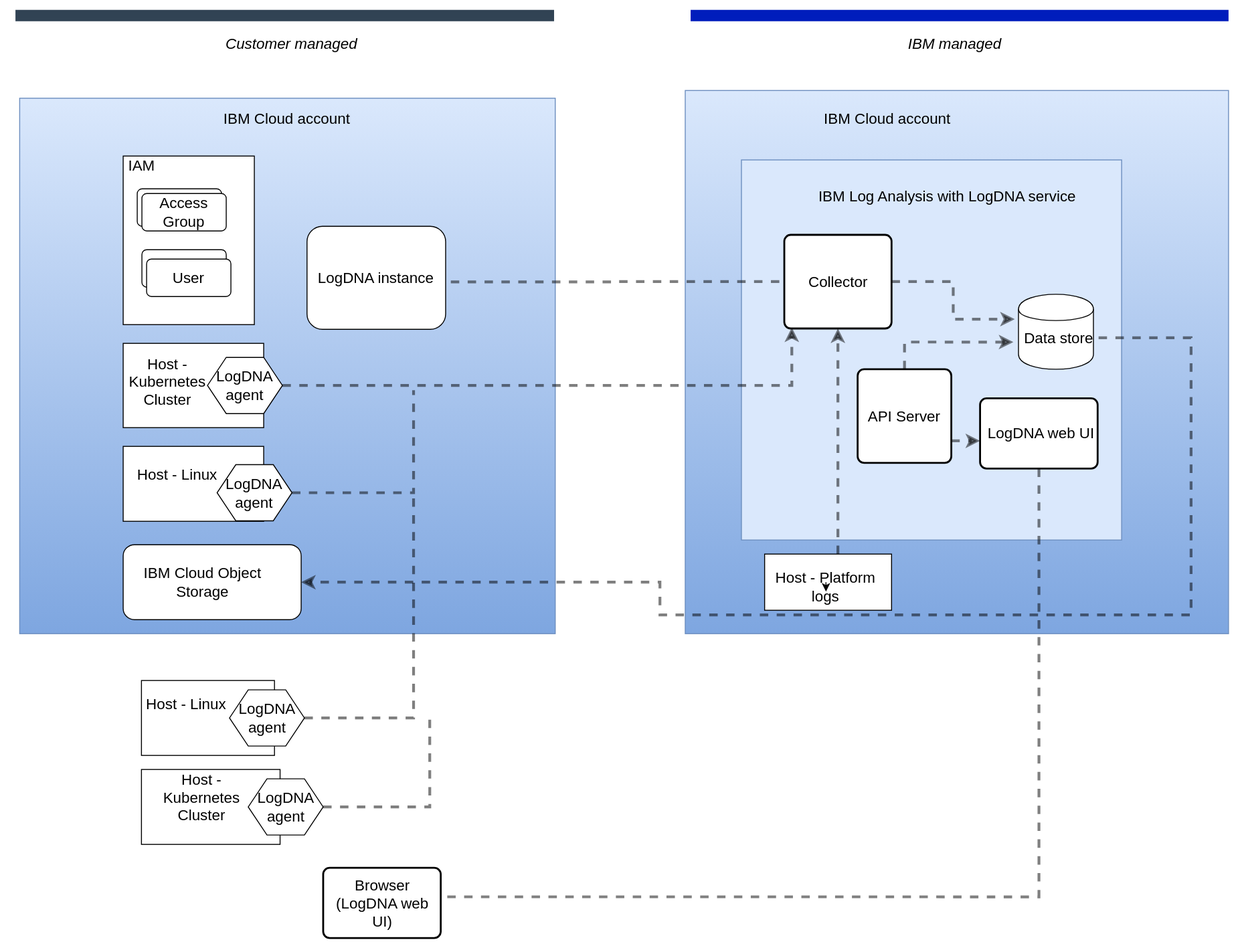
Before: images/Logging-arch.svg, a diagram exported from draw.io (ibm-cloud-docs/log-analysis). Source tidied: cells renumbered, new cells last; positions are measured from the earlier drawing's top-left corner, leaving out a move shared by most shapes.
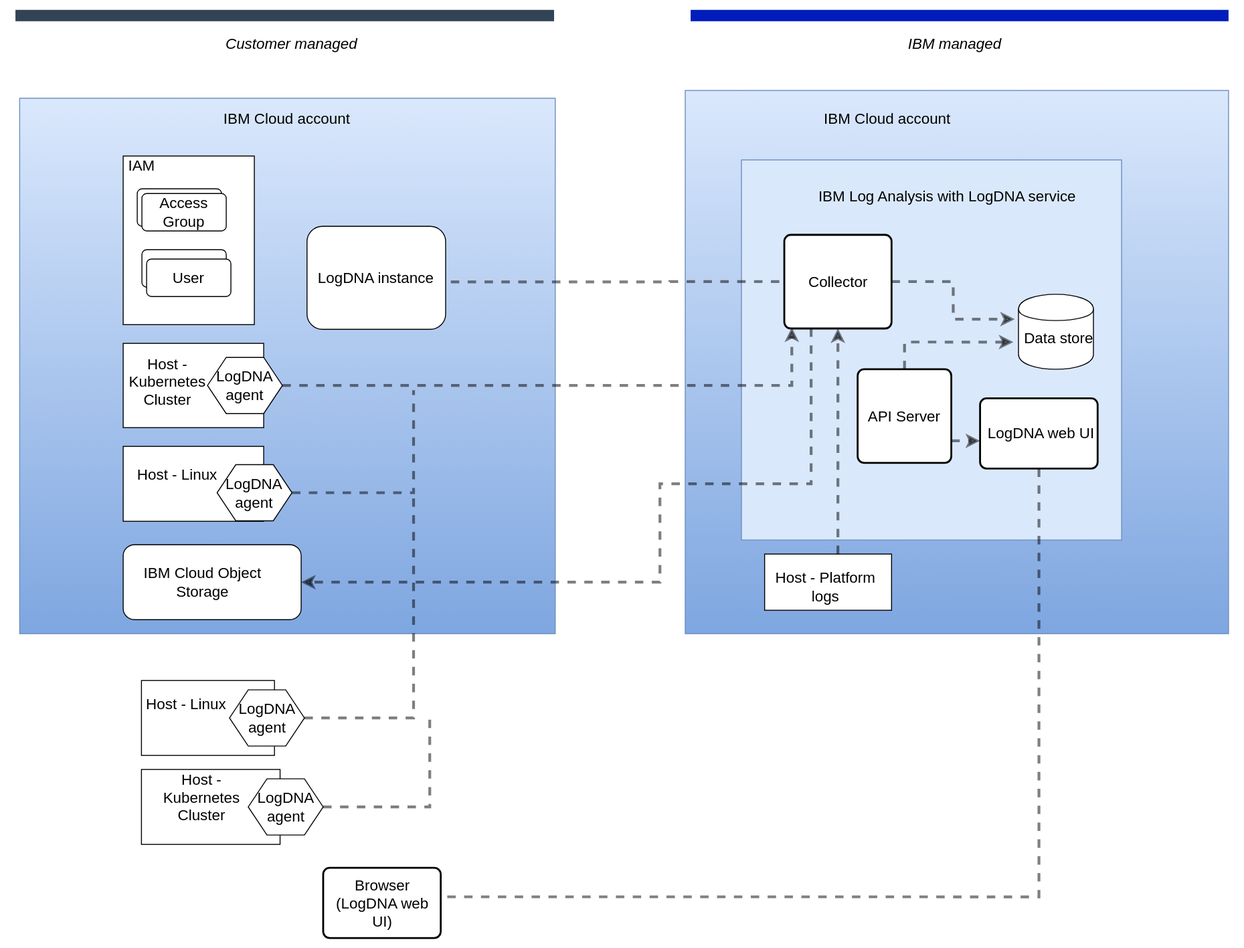
The same diagram one commit later.

Diff of the diagram source:
```diff
@@ -74,12 +74,11 @@
     <mxCell id="23" style="shape=cylinder;whiteSpace=wrap;html=1;boundedLbl=1;backgroundOutline=1;fontSize=16;" parent="1" vertex="1">
       <mxGeometry x="1070.8" y="297.6" width="80" height="80" as="geometry" />
     </mxCell>
-    <mxCell id="24" style="edgeStyle=orthogonalEdgeStyle;rounded=0;jettySize=auto;html=1;entryX=1;entryY=0.5;entryDx=0;entryDy=0;dashed=1;fontSize=16;strokeWidth=3;opacity=50;endArrow=classic;endSize=6;" parent="1" edge="1" source="25" target="54">
+    <mxCell id="24" style="edgeStyle=orthogonalEdgeStyle;rounded=0;jettySize=auto;html=1;entryX=1;entryY=0.5;entryDx=0;entryDy=0;dashed=1;fontSize=16;strokeWidth=3;opacity=50;endArrow=classic;endSize=6;exitX=0.25;exitY=1;exitDx=0;exitDy=0;" parent="1" edge="1" source="27" target="54">
       <mxGeometry relative="1" as="geometry">
         <Array as="points">
-          <mxPoint x="1255" y="344" />
-          <mxPoint x="1255" y="640" />
-          <mxPoint x="688" y="640" />
+          <mxPoint x="849" y="500" />
+          <mxPoint x="688" y="500" />
           <mxPoint x="688" y="605" />
         </Array>
       </mxGeometry>
@@ -209,9 +208,6 @@
     <mxCell id="54" style="rounded=1;whiteSpace=wrap;html=1;" parent="1" vertex="1">
       <mxGeometry x="115" y="565" width="190" height="80" as="geometry" />
     </mxCell>
-    <mxCell id="55" style="edgeStyle=orthogonalEdgeStyle;rounded=0;orthogonalLoop=1;jettySize=auto;html=1;exitX=0.5;exitY=0;exitDx=0;exitDy=0;entryX=0.5;entryY=1;entryDx=0;entryDy=0;" parent="1" edge="1" source="41" target="41">
-      <mxGeometry relative="1" as="geometry" />
-    </mxCell>
     <mxCell id="56" value="IBM Cloud Object Storage" style="text;html=1;strokeColor=none;fillColor=none;align=center;verticalAlign=middle;whiteSpace=wrap;rounded=0;fontSize=16;" parent="1" vertex="1">
       <mxGeometry x="135" y="595" width="130" height="20" as="geometry" />
     </mxCell>
```
